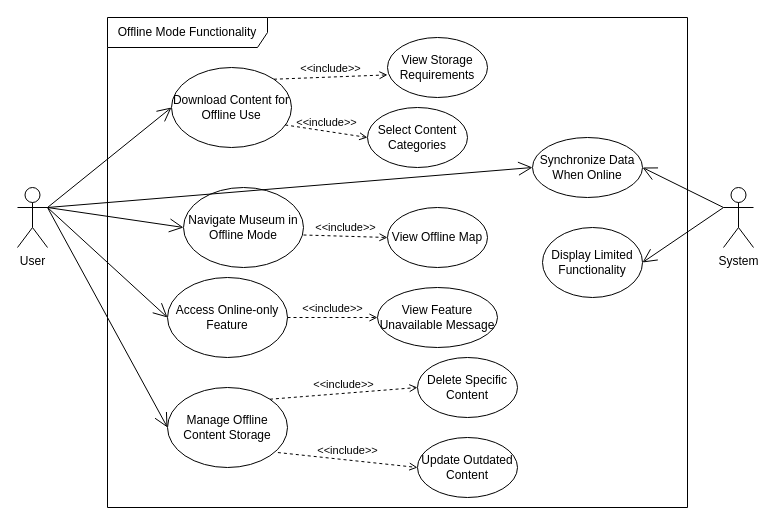
Earlier version of the draw.io diagram Use Case Diagrams/Offline Mode Functionality.drawio (gsklaven/MusePath). Source tidied: cells renumbered, new cells numbered last; positions are measured from the earlier drawing's top-left corner, leaving out a move shared by most shapes. Both pictures are drawn from the tidied source at 100%, with x=0, y=0 at pixel (17, 17).
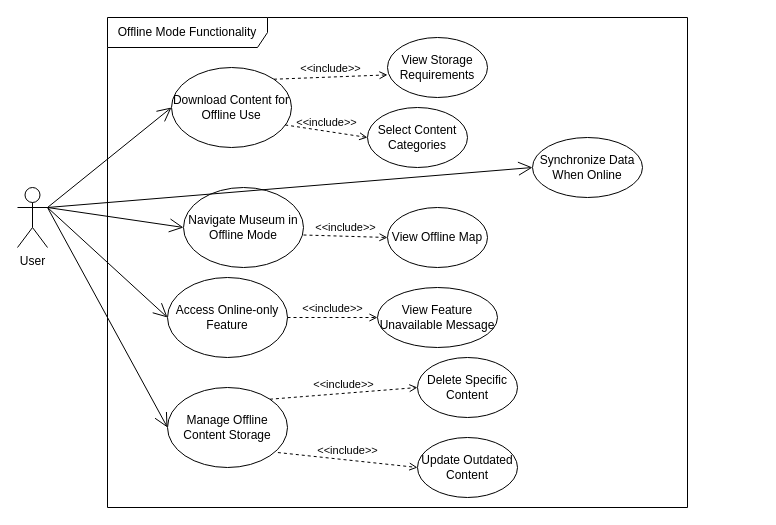
The same diagram, later.

Commit message (it also covers changes not shown here):
remove system as an actor

Unchanged cells that the change refers to:
```xml
<mxCell id="2" value="Offline Mode Functionality" style="shape=umlFrame;whiteSpace=wrap;html=1;width=160;" parent="1" vertex="1">
  <mxGeometry x="90" width="580" height="490" as="geometry" />
</mxCell>
<mxCell id="10" value="Synchronize Data When Online" style="ellipse;whiteSpace=wrap;html=1;" parent="2" vertex="1">
  <mxGeometry x="425" y="120" width="110" height="60" as="geometry" />
</mxCell>
```

Diff of the diagram source:
```diff
@@
-    <mxCell id="14" value="Display Limited Functionality" style="ellipse;whiteSpace=wrap;html=1;" parent="2" vertex="1">
-      <mxGeometry x="435" y="210" width="100" height="70" as="geometry" />
-    </mxCell>
@@
-    <mxCell id="22" value="System" style="shape=umlActor;verticalLabelPosition=bottom;verticalAlign=top;html=1;" parent="1" vertex="1">
-      <mxGeometry x="706" y="170" width="30" height="60" as="geometry" />
-    </mxCell>
@@
-    <mxCell id="27" style="endArrow=open;endFill=1;endSize=12;html=1;rounded=0;exitX=0;exitY=0.3333333333333333;exitDx=0;exitDy=0;exitPerimeter=0;entryX=1;entryY=0.5;entryDx=0;entryDy=0;" parent="1" edge="1" source="22" target="10">
-      <mxGeometry relative="1" as="geometry" />
-    </mxCell>
-    <mxCell id="28" style="endArrow=open;endFill=1;endSize=12;html=1;rounded=0;exitX=0;exitY=0.3333333333333333;exitDx=0;exitDy=0;exitPerimeter=0;entryX=1;entryY=0.5;entryDx=0;entryDy=0;" parent="1" edge="1" source="22" target="14">
-      <mxGeometry relative="1" as="geometry" />
-    </mxCell>
```
